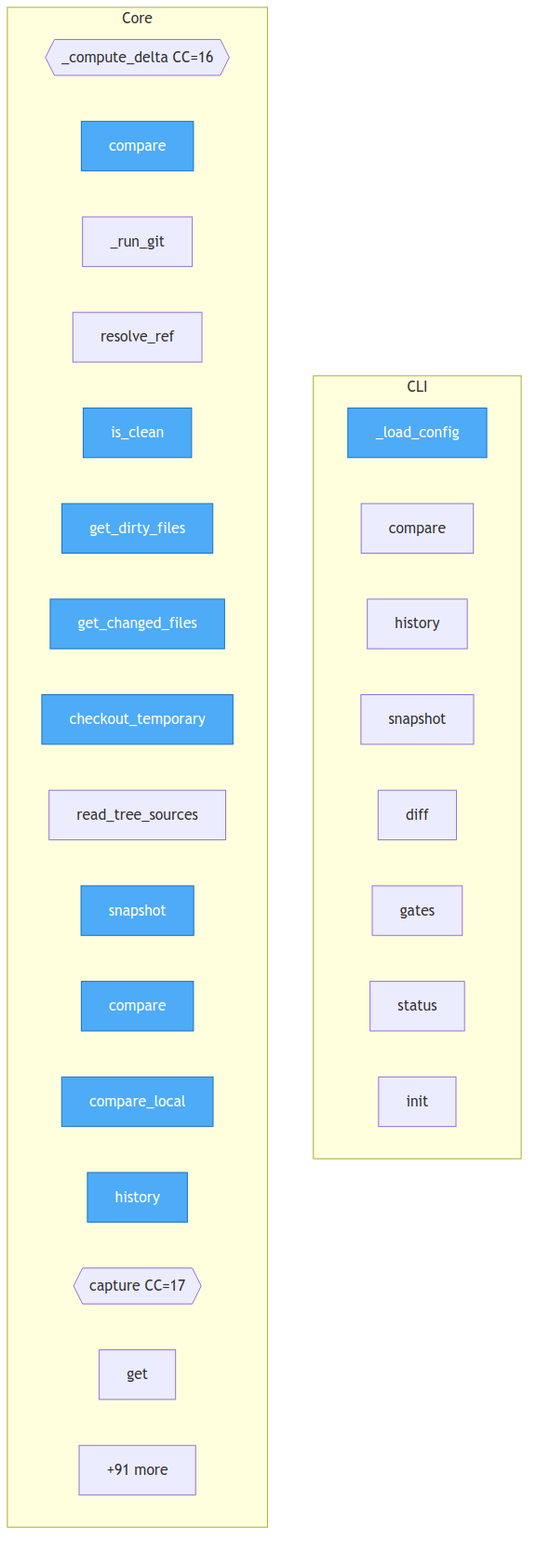
semcod/regix keeps this Mermaid diagram as project/flow.png. Above is the earlier version. Its source is kept beside it as project/flow.mmd. Its diagram source:
```mermaid
flowchart TD

    classDef entry fill:#4dabf7,stroke:#1971c2,color:#fff

    subgraph CLI
        regix__cli___load_config["_load_config"]
        regix__cli__compare["compare"]
        regix__cli__history["history"]
        regix__cli__snapshot["snapshot"]
        regix__cli__diff["diff"]
        regix__cli__gates["gates"]
        regix__cli__status["status"]
        regix__cli__init["init"]
    end

    subgraph Core
        regix__compare___compute_delta{{_compute_delta CC=16}}
        regix__compare__compare["compare"]
        regix__git___run_git["_run_git"]
        regix__git__resolve_ref["resolve_ref"]
        regix__git__is_clean["is_clean"]
        regix__git__get_dirty_files["get_dirty_files"]
        regix__git__get_changed_files["get_changed_files"]
        regix__git__checkout_temporary["checkout_temporary"]
        regix__git__read_tree_sources["read_tree_sources"]
        regix__Regix__snapshot["snapshot"]
        regix__Regix__compare["compare"]
        regix__Regix__compare_local["compare_local"]
        regix__Regix__history["history"]
        regix__snapshot__capture{{capture CC=17}}
        regix__config__GateThresholds__get["get"]
        ...["+91 more"]
    end

    class regix__compare__compare,regix__git__is_clean,regix__git__get_dirty_files,regix__git__get_changed_files,regix__git__checkout_temporary,regix__Regix__snapshot,regix__Regix__compare,regix__Regix__compare_local,regix__Regix__history,regix__cli___load_config entry
```
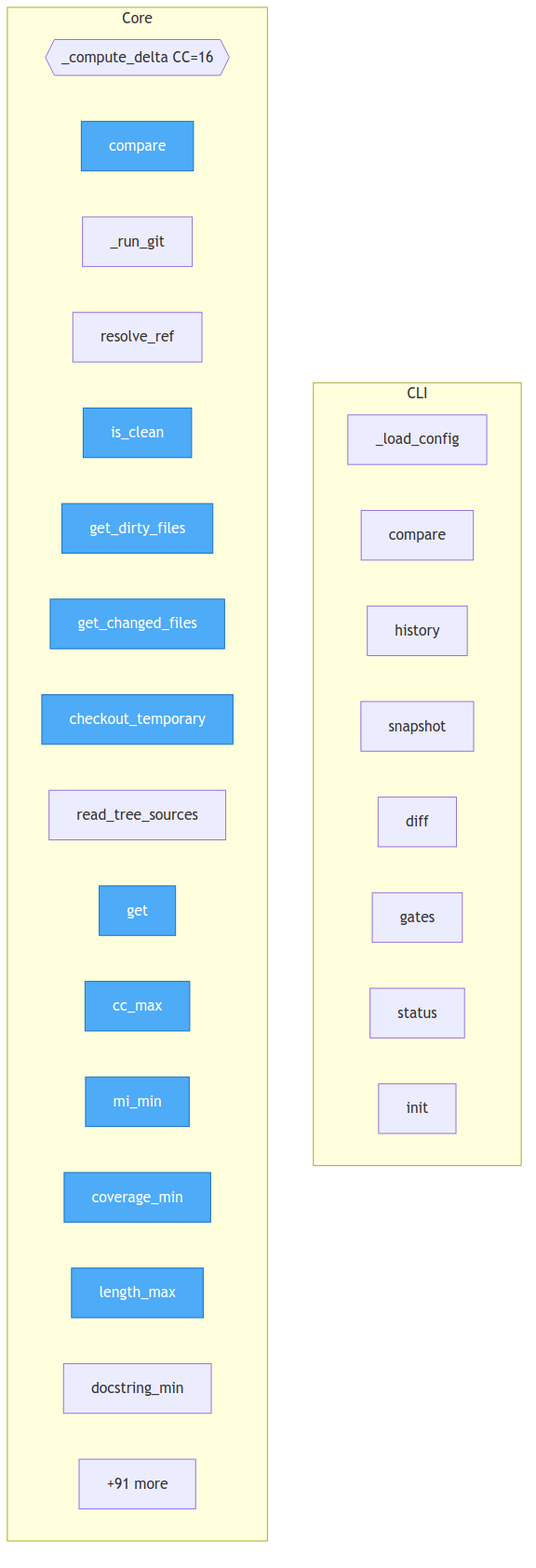
The same file after the commit.

Diff of the diagram source:
```diff
@@ -23,13 +23,13 @@
         regix__git__get_changed_files["get_changed_files"]
         regix__git__checkout_temporary["checkout_temporary"]
         regix__git__read_tree_sources["read_tree_sources"]
-        regix__Regix__snapshot["snapshot"]
-        regix__Regix__compare["compare"]
-        regix__Regix__compare_local["compare_local"]
-        regix__Regix__history["history"]
-        regix__snapshot__capture{{capture CC=17}}
         regix__config__GateThresholds__get["get"]
+        regix__config__RegressionConfig__cc_max["cc_max"]
+        regix__config__RegressionConfig__mi_min["mi_min"]
+        regix__config__RegressionConfig__coverage_min["coverage_min"]
+        regix__config__RegressionConfig__length_max["length_max"]
+        regix__config__RegressionConfig__docstring_min["docstring_min"]
         ...["+91 more"]
     end
 
-    class regix__compare__compare,regix__git__is_clean,regix__git__get_dirty_files,regix__git__get_changed_files,regix__git__checkout_temporary,regix__Regix__snapshot,regix__Regix__compare,regix__Regix__compare_local,regix__Regix__history,regix__cli___load_config entry
+    class regix__compare__compare,regix__git__is_clean,regix__git__get_dirty_files,regix__git__get_changed_files,regix__git__checkout_temporary,regix__config__GateThresholds__get,regix__config__RegressionConfig__cc_max,regix__config__RegressionConfig__mi_min,regix__config__RegressionConfig__coverage_min,regix__config__RegressionConfig__length_max entry
```
